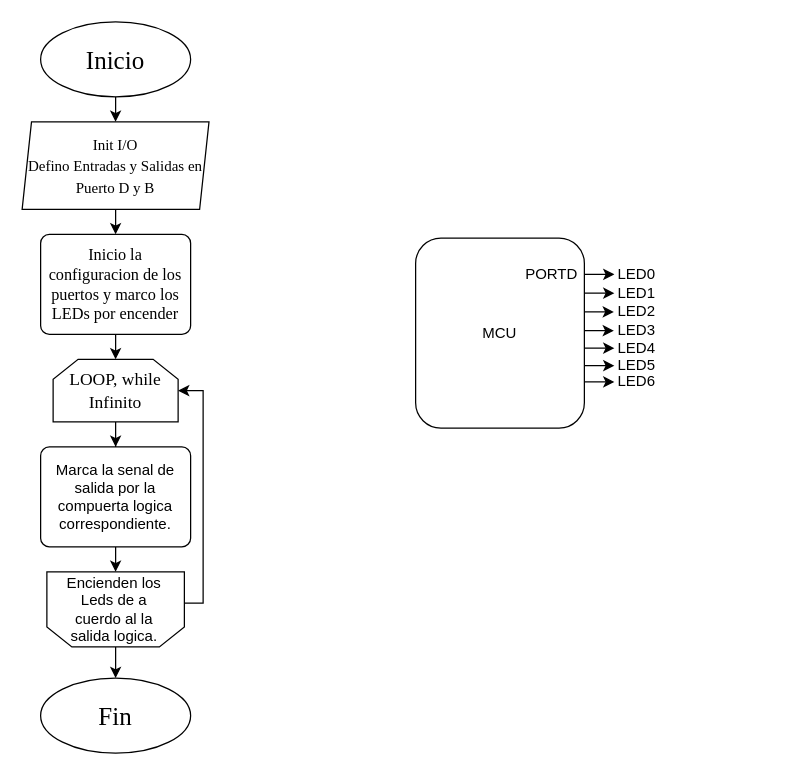
This is Untitled Diagram.drawio from AmbrizPapo/Ambriz-Pablo, a draw.io file, before an edit. Source tidied: cells renumbered, new cells numbered last; positions are measured from the earlier drawing's top-left corner, leaving out a move shared by most shapes. Both pictures are drawn from the tidied source at 125%, with x=0, y=0 at pixel (21, 21).
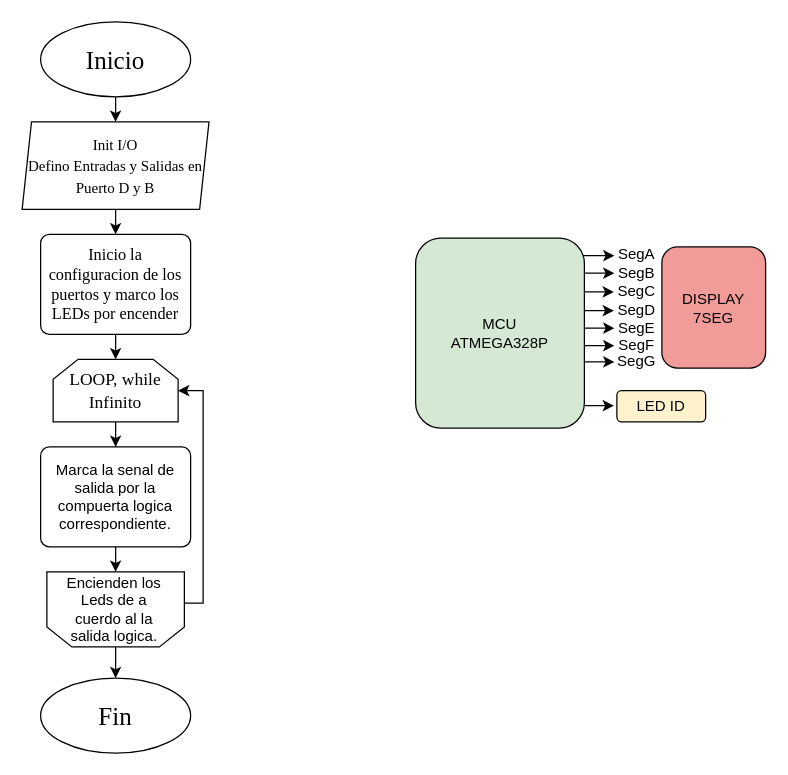
The same page after the edit.

What changed in the source:
```diff
@@
+    <mxCell id="19" style="endArrow=classic;html=1;exitX=0.956;exitY=0.092;exitDx=0;exitDy=0;exitPerimeter=0;" parent="1" edge="1" source="17">
+      <mxGeometry relative="1" as="geometry">
+        <mxPoint x="474" y="187" as="targetPoint" />
+      </mxGeometry>
+    </mxCell>
-    <mxCell id="17" value="MCU" style="rounded=1;whiteSpace=wrap;html=1;" parent="1" vertex="1">
+    <mxCell id="17" value="MCU&lt;br&gt;&lt;div&gt;ATMEGA328P&lt;/div&gt;" style="rounded=1;whiteSpace=wrap;html=1;fillColor=#D5E8D4;" parent="1" vertex="1">
       <mxGeometry x="315" y="173" width="135" height="152" as="geometry" />
     </mxCell>
-    <mxCell id="18" value="PORTD" style="text;html=1;strokeColor=none;fillColor=none;align=center;verticalAlign=middle;whiteSpace=wrap;rounded=0;" parent="1" vertex="1">
-      <mxGeometry x="404" y="192" width="40" height="20" as="geometry" />
-    </mxCell>
-    <mxCell id="19" style="endArrow=classic;html=1;exitX=1.003;exitY=0.191;exitDx=0;exitDy=0;exitPerimeter=0;" parent="1" edge="1" source="17">
-      <mxGeometry relative="1" as="geometry">
-        <mxPoint x="474" y="202" as="targetPoint" />
-      </mxGeometry>
-    </mxCell>
-    <mxCell id="20" value="LED0" style="text;html=1;strokeColor=none;fillColor=none;align=center;verticalAlign=middle;whiteSpace=wrap;rounded=0;" parent="1" vertex="1">
-      <mxGeometry x="472" y="192" width="40" height="20" as="geometry" />
+    <mxCell id="20" value="SegA" style="text;html=1;strokeColor=none;fillColor=none;align=center;verticalAlign=middle;whiteSpace=wrap;rounded=0;" parent="1" vertex="1">
+      <mxGeometry x="472" y="176" width="40" height="20" as="geometry" />
     </mxCell>
     <mxCell id="21" style="endArrow=classic;html=1;exitX=1.003;exitY=0.191;exitDx=0;exitDy=0;exitPerimeter=0;" parent="1" edge="1">
       <mxGeometry relative="1" as="geometry">
-        <mxPoint x="450.4" y="217" as="sourcePoint" />
-        <mxPoint x="474" y="217" as="targetPoint" />
+        <mxPoint x="450.4" y="201" as="sourcePoint" />
+        <mxPoint x="474" y="201" as="targetPoint" />
         <Array as="points">
-          <mxPoint x="450" y="217" />
+          <mxPoint x="450" y="201" />
         </Array>
       </mxGeometry>
     </mxCell>
-    <mxCell id="22" value="LED1" style="text;html=1;strokeColor=none;fillColor=none;align=center;verticalAlign=middle;whiteSpace=wrap;rounded=0;" parent="1" vertex="1">
-      <mxGeometry x="472" y="207" width="40" height="20" as="geometry" />
+    <mxCell id="22" value="SegB" style="text;html=1;strokeColor=none;fillColor=none;align=center;verticalAlign=middle;whiteSpace=wrap;rounded=0;" parent="1" vertex="1">
+      <mxGeometry x="472" y="191" width="40" height="20" as="geometry" />
     </mxCell>
     <mxCell id="23" style="endArrow=classic;html=1;exitX=1.003;exitY=0.191;exitDx=0;exitDy=0;exitPerimeter=0;" parent="1" edge="1">
       <mxGeometry relative="1" as="geometry">
-        <mxPoint x="450" y="232" as="sourcePoint" />
-        <mxPoint x="473.6" y="232" as="targetPoint" />
+        <mxPoint x="450" y="216" as="sourcePoint" />
+        <mxPoint x="473.6" y="216" as="targetPoint" />
       </mxGeometry>
     </mxCell>
-    <mxCell id="24" value="LED2" style="text;html=1;strokeColor=none;fillColor=none;align=center;verticalAlign=middle;whiteSpace=wrap;rounded=0;" parent="1" vertex="1">
-      <mxGeometry x="471.6" y="222" width="40" height="20" as="geometry" />
+    <mxCell id="24" value="SegC" style="text;html=1;strokeColor=none;fillColor=none;align=center;verticalAlign=middle;whiteSpace=wrap;rounded=0;" parent="1" vertex="1">
+      <mxGeometry x="471.6" y="206" width="40" height="20" as="geometry" />
     </mxCell>
     <mxCell id="25" style="endArrow=classic;html=1;exitX=1.003;exitY=0.191;exitDx=0;exitDy=0;exitPerimeter=0;" parent="1" edge="1">
       <mxGeometry relative="1" as="geometry">
-        <mxPoint x="450" y="247" as="sourcePoint" />
-        <mxPoint x="473.6" y="247" as="targetPoint" />
+        <mxPoint x="450" y="231" as="sourcePoint" />
+        <mxPoint x="473.6" y="231" as="targetPoint" />
       </mxGeometry>
     </mxCell>
-    <mxCell id="26" value="LED3" style="text;html=1;strokeColor=none;fillColor=none;align=center;verticalAlign=middle;whiteSpace=wrap;rounded=0;" parent="1" vertex="1">
-      <mxGeometry x="471.6" y="237" width="40.4" height="20" as="geometry" />
+    <mxCell id="26" value="SegD" style="text;html=1;strokeColor=none;fillColor=none;align=center;verticalAlign=middle;whiteSpace=wrap;rounded=0;" parent="1" vertex="1">
+      <mxGeometry x="471.6" y="221" width="40.4" height="20" as="geometry" />
     </mxCell>
     <mxCell id="27" style="endArrow=classic;html=1;exitX=1.003;exitY=0.191;exitDx=0;exitDy=0;exitPerimeter=0;" parent="1" edge="1">
       <mxGeometry relative="1" as="geometry">
-        <mxPoint x="450.4" y="261" as="sourcePoint" />
-        <mxPoint x="474" y="261" as="targetPoint" />
+        <mxPoint x="450.4" y="245" as="sourcePoint" />
+        <mxPoint x="474" y="245" as="targetPoint" />
       </mxGeometry>
     </mxCell>
-    <mxCell id="28" value="LED4" style="text;html=1;strokeColor=none;fillColor=none;align=center;verticalAlign=middle;whiteSpace=wrap;rounded=0;" parent="1" vertex="1">
-      <mxGeometry x="472" y="251" width="40" height="20" as="geometry" />
+    <mxCell id="28" value="SegE" style="text;html=1;strokeColor=none;fillColor=none;align=center;verticalAlign=middle;whiteSpace=wrap;rounded=0;" parent="1" vertex="1">
+      <mxGeometry x="472" y="235" width="40" height="20" as="geometry" />
     </mxCell>
     <mxCell id="29" style="endArrow=classic;html=1;exitX=1.003;exitY=0.191;exitDx=0;exitDy=0;exitPerimeter=0;" parent="1" edge="1">
       <mxGeometry relative="1" as="geometry">
-        <mxPoint x="450.4" y="275" as="sourcePoint" />
-        <mxPoint x="474" y="275" as="targetPoint" />
+        <mxPoint x="450.4" y="259" as="sourcePoint" />
+        <mxPoint x="474" y="259" as="targetPoint" />
       </mxGeometry>
     </mxCell>
-    <mxCell id="30" value="LED5" style="text;html=1;strokeColor=none;fillColor=none;align=center;verticalAlign=middle;whiteSpace=wrap;rounded=0;" parent="1" vertex="1">
-      <mxGeometry x="472" y="265" width="40" height="20" as="geometry" />
+    <mxCell id="30" value="SegF" style="text;html=1;strokeColor=none;fillColor=none;align=center;verticalAlign=middle;whiteSpace=wrap;rounded=0;" parent="1" vertex="1">
+      <mxGeometry x="472" y="249" width="40" height="20" as="geometry" />
     </mxCell>
     <mxCell id="31" style="endArrow=classic;html=1;exitX=1.003;exitY=0.191;exitDx=0;exitDy=0;exitPerimeter=0;" parent="1" edge="1">
       <mxGeometry relative="1" as="geometry">
-        <mxPoint x="450.4" y="288" as="sourcePoint" />
-        <mxPoint x="474" y="288" as="targetPoint" />
+        <mxPoint x="450.4" y="272" as="sourcePoint" />
+        <mxPoint x="474" y="272" as="targetPoint" />
       </mxGeometry>
     </mxCell>
-    <mxCell id="32" value="LED6" style="text;html=1;strokeColor=none;fillColor=none;align=center;verticalAlign=middle;whiteSpace=wrap;rounded=0;" parent="1" vertex="1">
-      <mxGeometry x="472" y="278" width="40" height="20" as="geometry" />
+    <mxCell id="32" value="SegG" style="text;html=1;strokeColor=none;fillColor=none;align=center;verticalAlign=middle;whiteSpace=wrap;rounded=0;" parent="1" vertex="1">
+      <mxGeometry x="472" y="262" width="40" height="20" as="geometry" />
     </mxCell>
+    <mxCell id="33" value="&lt;div&gt;DISPLAY&lt;br&gt;&lt;/div&gt;&lt;div&gt;7SEG&lt;/div&gt;" style="rounded=1;whiteSpace=wrap;html=1;fillColor=#F19C99;" parent="1" vertex="1">
+      <mxGeometry x="512" y="180" width="83" height="97" as="geometry" />
+    </mxCell>
+    <mxCell id="34" style="endArrow=classic;html=1;exitX=1.003;exitY=0.191;exitDx=0;exitDy=0;exitPerimeter=0;" parent="1" edge="1">
+      <mxGeometry relative="1" as="geometry">
+        <mxPoint x="450" y="307" as="sourcePoint" />
+        <mxPoint x="473.6" y="307" as="targetPoint" />
+      </mxGeometry>
+    </mxCell>
+    <mxCell id="35" value="LED ID" style="rounded=1;whiteSpace=wrap;html=1;fillColor=#FFF2CC;" parent="1" vertex="1">
+      <mxGeometry x="476" y="295" width="71" height="25" as="geometry" />
+    </mxCell>
```
